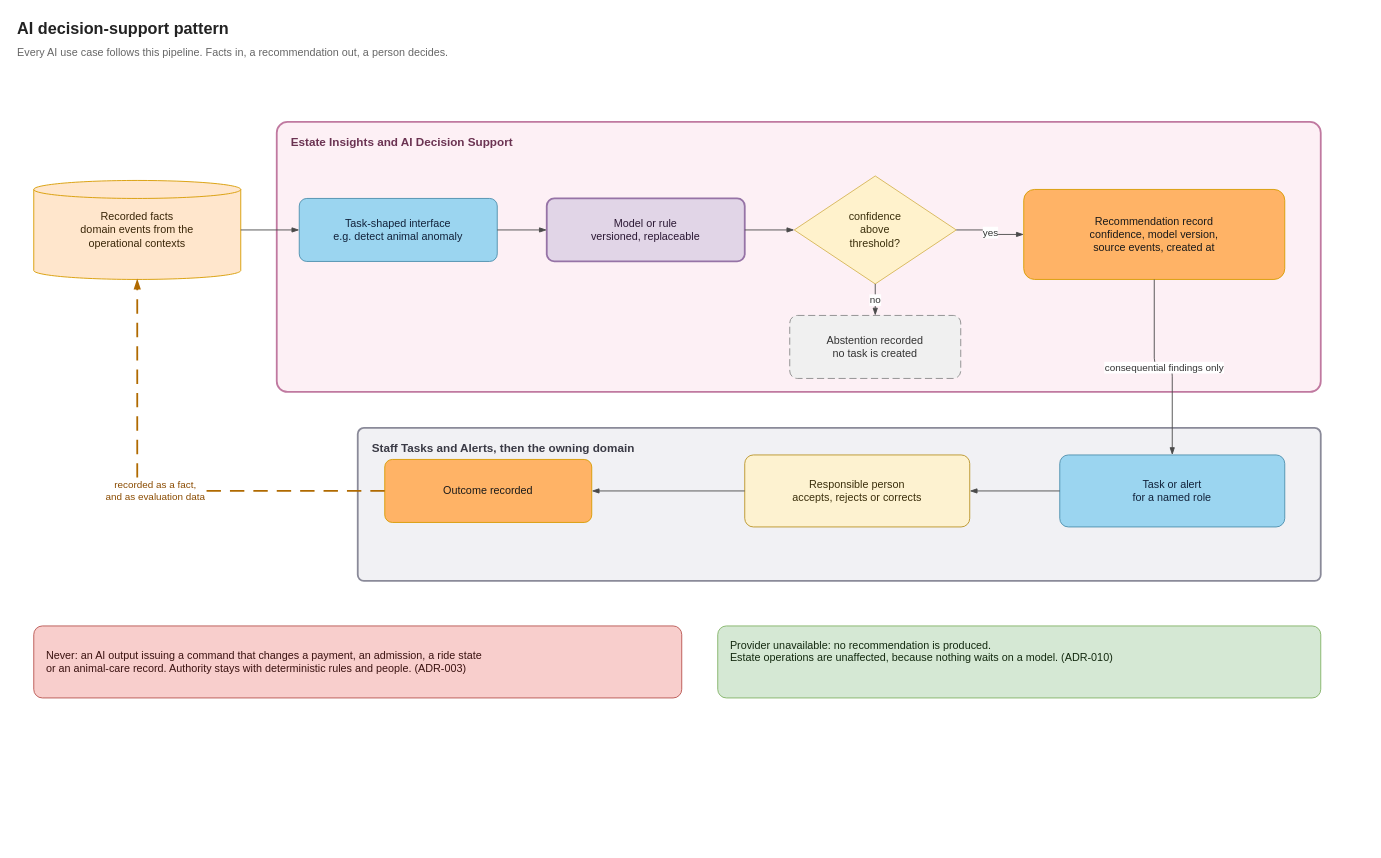
Earlier version of the draw.io diagram page "AI decision-support pattern" (1 of 4) of diagrams/ai-decision-support.drawio (malloc37/ByteDojoArchiKata2026). Source tidied: cells renumbered, new cells numbered last; positions are measured from the earlier drawing's top-left corner, leaving out a move shared by most shapes. Both pictures are drawn from the tidied source at 90%, with x=0, y=0 at pixel (15, 15).
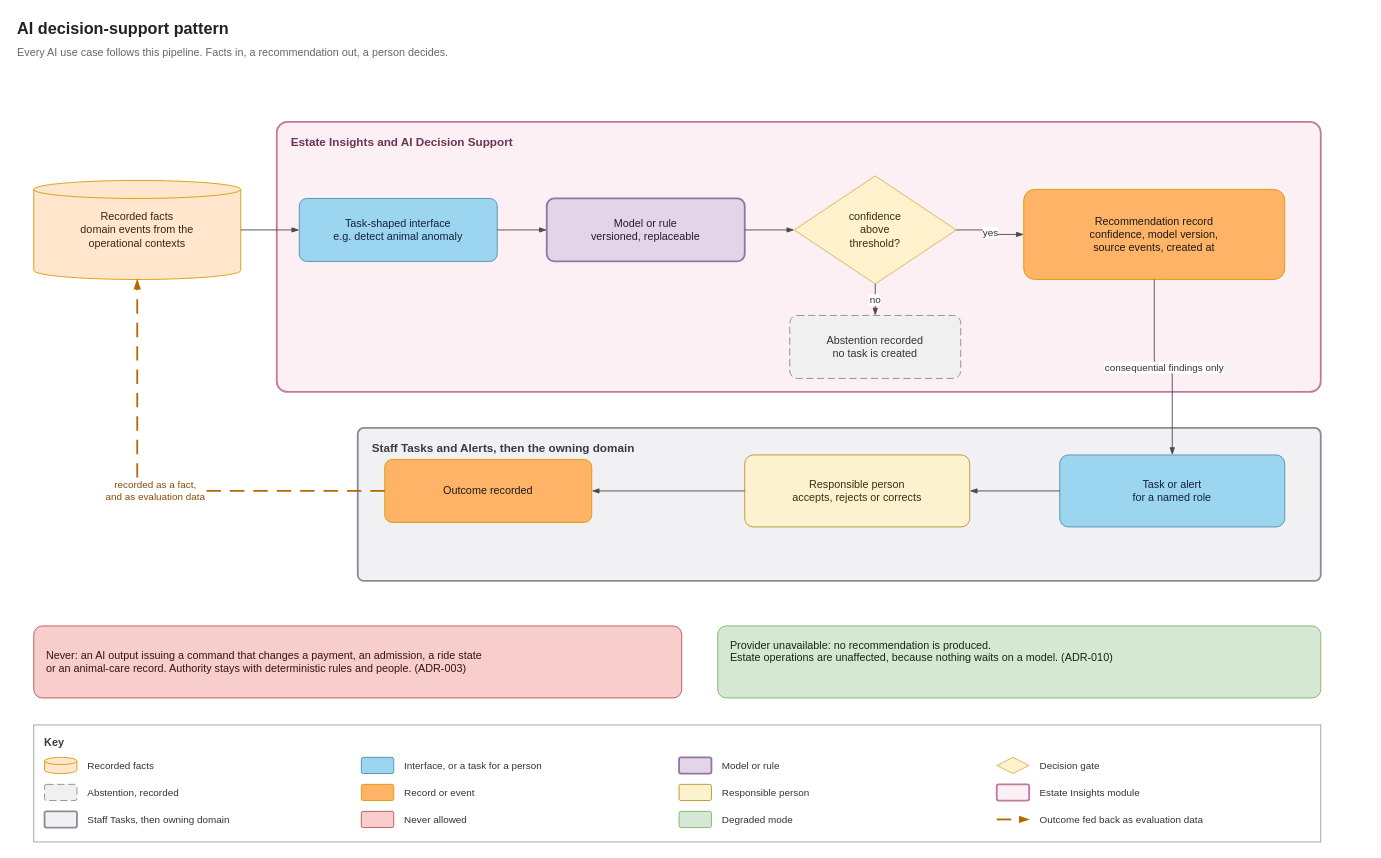
After the change.

What changed in the source:
```diff
@@
+    <mxCell id="26" value="Key" style="rounded=0;whiteSpace=wrap;html=1;fillColor=#FFFFFF;strokeColor=#9E9E9E;fontColor=#3A3A3A;align=left;verticalAlign=top;fontSize=12;fontStyle=1;spacingLeft=10;spacingTop=6;" parent="1" vertex="1">
+      <mxGeometry x="20" y="788" width="1430" height="130" as="geometry" />
+    </mxCell>
+    <mxCell id="27" style="shape=cylinder3;boundedShape=1;whiteSpace=wrap;html=1;fillColor=#FFE6CC;strokeColor=#D79B00;size=4;" parent="1" vertex="1">
+      <mxGeometry x="32" y="824" width="36" height="18" as="geometry" />
+    </mxCell>
+    <mxCell id="28" value="Recorded facts" style="text;html=1;align=left;verticalAlign=middle;fontSize=11;fontColor=#333333;whiteSpace=wrap;" parent="1" vertex="1">
+      <mxGeometry x="78" y="820" width="298" height="26" as="geometry" />
+    </mxCell>
+    <mxCell id="29" style="rounded=1;whiteSpace=wrap;html=1;arcSize=12;fillColor=#9BD5F0;strokeColor=#4D8FAD;" parent="1" vertex="1">
+      <mxGeometry x="384" y="824" width="36" height="18" as="geometry" />
+    </mxCell>
+    <mxCell id="30" value="Interface, or a task for a person" style="text;html=1;align=left;verticalAlign=middle;fontSize=11;fontColor=#333333;whiteSpace=wrap;" parent="1" vertex="1">
+      <mxGeometry x="430" y="820" width="298" height="26" as="geometry" />
+    </mxCell>
+    <mxCell id="31" style="rounded=1;whiteSpace=wrap;html=1;arcSize=12;fillColor=#E1D5E7;strokeColor=#9673A6;strokeWidth=2;" parent="1" vertex="1">
+      <mxGeometry x="737" y="824" width="36" height="18" as="geometry" />
+    </mxCell>
+    <mxCell id="32" value="Model or rule" style="text;html=1;align=left;verticalAlign=middle;fontSize=11;fontColor=#333333;whiteSpace=wrap;" parent="1" vertex="1">
+      <mxGeometry x="783" y="820" width="298" height="26" as="geometry" />
+    </mxCell>
+    <mxCell id="33" style="rhombus;whiteSpace=wrap;html=1;fillColor=#FFF2CC;strokeColor=#D6B656;" parent="1" vertex="1">
+      <mxGeometry x="1090" y="824" width="36" height="18" as="geometry" />
+    </mxCell>
+    <mxCell id="34" value="Decision gate" style="text;html=1;align=left;verticalAlign=middle;fontSize=11;fontColor=#333333;whiteSpace=wrap;" parent="1" vertex="1">
+      <mxGeometry x="1136" y="820" width="298" height="26" as="geometry" />
+    </mxCell>
+    <mxCell id="35" style="rounded=1;whiteSpace=wrap;html=1;arcSize=12;fillColor=#F0F0F0;strokeColor=#8C8C8C;dashed=1;dashPattern=8 4;" parent="1" vertex="1">
+      <mxGeometry x="32" y="854" width="36" height="18" as="geometry" />
+    </mxCell>
+    <mxCell id="36" value="Abstention, recorded" style="text;html=1;align=left;verticalAlign=middle;fontSize=11;fontColor=#333333;whiteSpace=wrap;" parent="1" vertex="1">
+      <mxGeometry x="78" y="850" width="298" height="26" as="geometry" />
+    </mxCell>
+    <mxCell id="37" style="rounded=1;whiteSpace=wrap;html=1;arcSize=12;fillColor=#FFB366;strokeColor=#D79B00;" parent="1" vertex="1">
+      <mxGeometry x="384" y="854" width="36" height="18" as="geometry" />
+    </mxCell>
+    <mxCell id="38" value="Record or event" style="text;html=1;align=left;verticalAlign=middle;fontSize=11;fontColor=#333333;whiteSpace=wrap;" parent="1" vertex="1">
+      <mxGeometry x="430" y="850" width="298" height="26" as="geometry" />
+    </mxCell>
+    <mxCell id="39" style="rounded=1;whiteSpace=wrap;html=1;arcSize=12;fillColor=#FDF2D0;strokeColor=#B99326;" parent="1" vertex="1">
+      <mxGeometry x="737" y="854" width="36" height="18" as="geometry" />
+    </mxCell>
+    <mxCell id="40" value="Responsible person" style="text;html=1;align=left;verticalAlign=middle;fontSize=11;fontColor=#333333;whiteSpace=wrap;" parent="1" vertex="1">
+      <mxGeometry x="783" y="850" width="298" height="26" as="geometry" />
+    </mxCell>
+    <mxCell id="41" style="rounded=1;whiteSpace=wrap;html=1;arcSize=12;fillColor=#FDF0F5;strokeColor=#C079A0;strokeWidth=2;" parent="1" vertex="1">
+      <mxGeometry x="1090" y="854" width="36" height="18" as="geometry" />
+    </mxCell>
+    <mxCell id="42" value="Estate Insights module" style="text;html=1;align=left;verticalAlign=middle;fontSize=11;fontColor=#333333;whiteSpace=wrap;" parent="1" vertex="1">
+      <mxGeometry x="1136" y="850" width="298" height="26" as="geometry" />
+    </mxCell>
+    <mxCell id="43" style="rounded=1;whiteSpace=wrap;html=1;arcSize=12;fillColor=#F1F1F4;strokeColor=#8A8A99;strokeWidth=2;" parent="1" vertex="1">
+      <mxGeometry x="32" y="884" width="36" height="18" as="geometry" />
+    </mxCell>
+    <mxCell id="44" value="Staff Tasks, then owning domain" style="text;html=1;align=left;verticalAlign=middle;fontSize=11;fontColor=#333333;whiteSpace=wrap;" parent="1" vertex="1">
+      <mxGeometry x="78" y="880" width="298" height="26" as="geometry" />
+    </mxCell>
+    <mxCell id="45" style="rounded=1;whiteSpace=wrap;html=1;arcSize=12;fillColor=#F8CECC;strokeColor=#B85450;" parent="1" vertex="1">
+      <mxGeometry x="384" y="884" width="36" height="18" as="geometry" />
+    </mxCell>
+    <mxCell id="46" value="Never allowed" style="text;html=1;align=left;verticalAlign=middle;fontSize=11;fontColor=#333333;whiteSpace=wrap;" parent="1" vertex="1">
+      <mxGeometry x="430" y="880" width="298" height="26" as="geometry" />
+    </mxCell>
+    <mxCell id="47" style="rounded=1;whiteSpace=wrap;html=1;arcSize=12;fillColor=#D5E8D4;strokeColor=#82B366;" parent="1" vertex="1">
+      <mxGeometry x="737" y="884" width="36" height="18" as="geometry" />
+    </mxCell>
+    <mxCell id="48" value="Degraded mode" style="text;html=1;align=left;verticalAlign=middle;fontSize=11;fontColor=#333333;whiteSpace=wrap;" parent="1" vertex="1">
+      <mxGeometry x="783" y="880" width="298" height="26" as="geometry" />
+    </mxCell>
+    <mxCell id="49" style="html=1;endArrow=blockThin;endFill=1;strokeColor=#B06A00;strokeWidth=2;dashed=1;dashPattern=8 5;" parent="1" edge="1">
+      <mxGeometry relative="1" as="geometry">
+        <mxPoint x="1090" y="893" as="sourcePoint" />
+        <mxPoint x="1126" y="893" as="targetPoint" />
+      </mxGeometry>
+    </mxCell>
+    <mxCell id="50" value="Outcome fed back as evaluation data" style="text;html=1;align=left;verticalAlign=middle;fontSize=11;fontColor=#333333;whiteSpace=wrap;" parent="1" vertex="1">
+      <mxGeometry x="1136" y="880" width="298" height="26" as="geometry" />
+    </mxCell>
```
